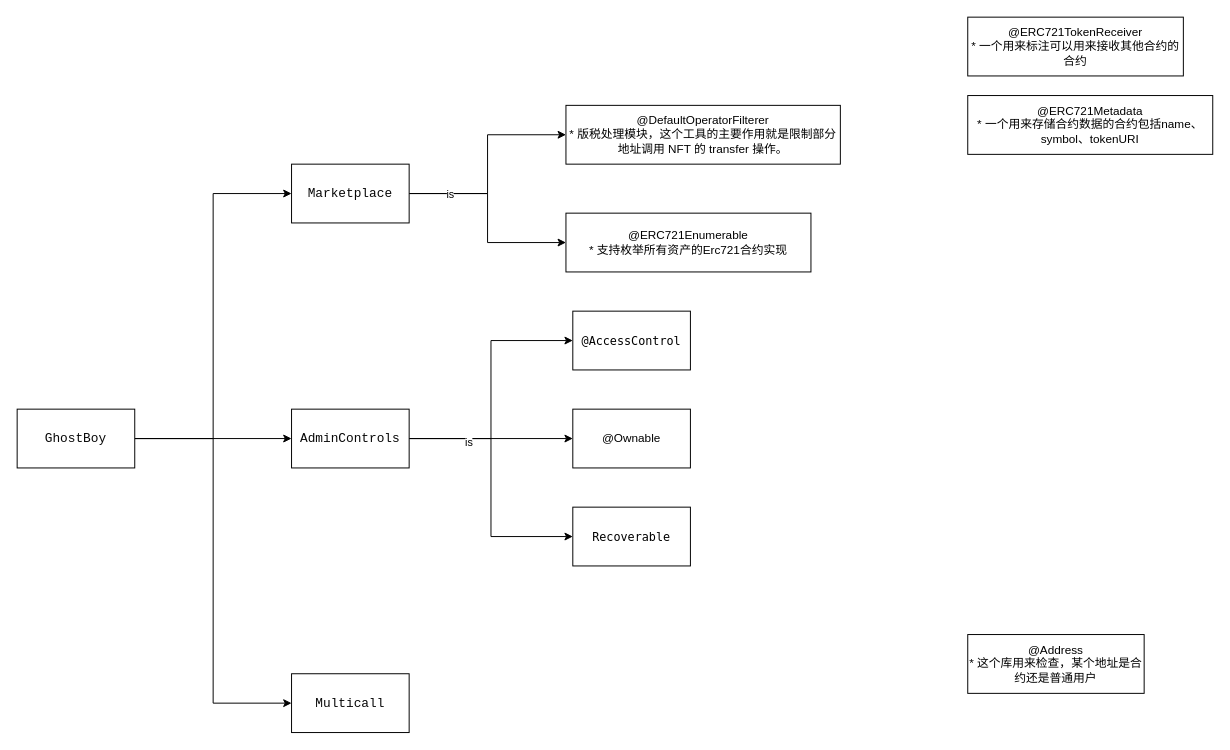
linhai0212/uml-idea keeps this draw.io diagram as PuzzleVault.drawio. Above is the earlier version. Source tidied: cells renumbered, new cells numbered last; positions are measured from the earlier drawing's top-left corner, leaving out a move shared by most shapes. Both pictures are drawn from the tidied source at 98%, with x=0, y=0 at pixel (17, 17).
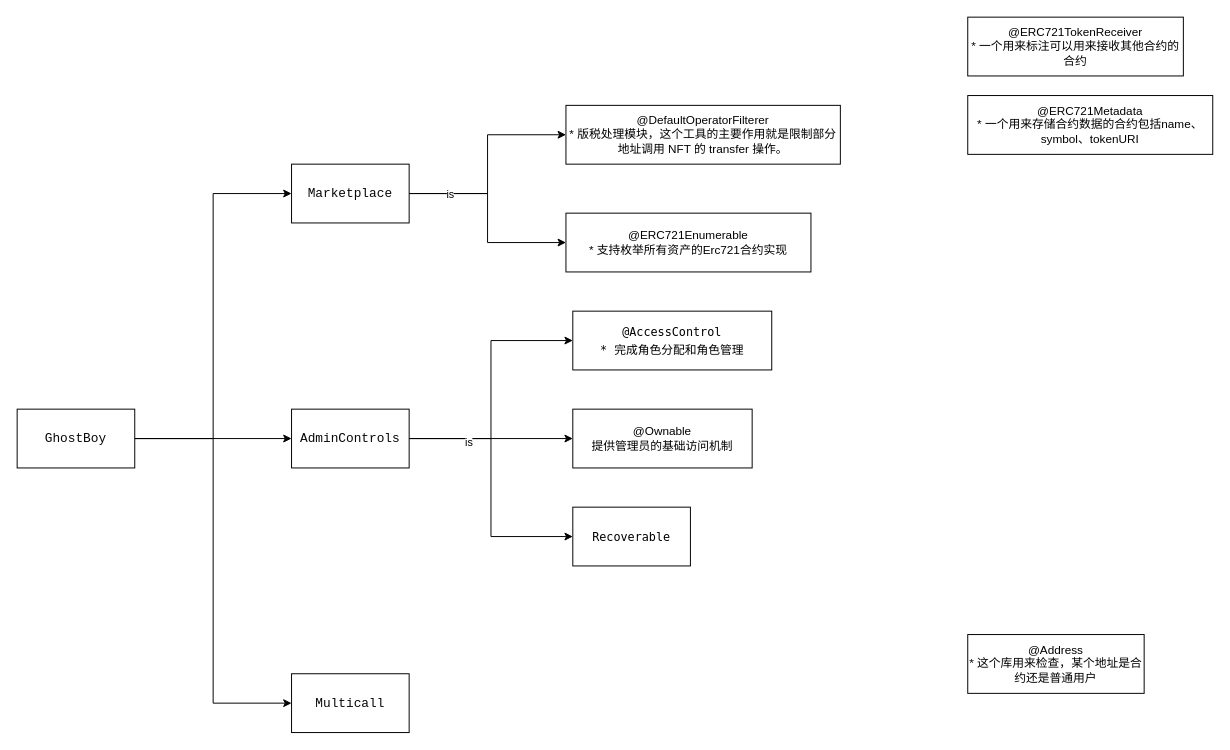
The same page after the edit.

Diff of the diagram source:
```diff
@@
-    <mxCell id="22" value="&lt;div style=&quot;background-color: rgb(255, 255, 255); font-family: Menlo, Monaco, &amp;quot;Courier New&amp;quot;, monospace; line-height: 18px;&quot;&gt;@AccessControl&lt;/div&gt;" style="rounded=0;whiteSpace=wrap;html=1;" parent="1" vertex="1">
-      <mxGeometry x="567" y="300" width="120" height="60" as="geometry" />
+    <mxCell id="22" value="&lt;div style=&quot;background-color: rgb(255, 255, 255); font-family: Menlo, Monaco, &amp;quot;Courier New&amp;quot;, monospace; line-height: 18px;&quot;&gt;@AccessControl&lt;/div&gt;&lt;div style=&quot;background-color: rgb(255, 255, 255); font-family: Menlo, Monaco, &amp;quot;Courier New&amp;quot;, monospace; line-height: 18px;&quot;&gt;* 完成角色分配和角色管理&lt;/div&gt;" style="rounded=0;whiteSpace=wrap;html=1;" parent="1" vertex="1">
+      <mxGeometry x="567" y="300" width="203" height="60" as="geometry" />
     </mxCell>
-    <mxCell id="23" value="@Ownable" style="rounded=0;whiteSpace=wrap;html=1;" parent="1" vertex="1">
-      <mxGeometry x="567" y="400" width="120" height="60" as="geometry" />
+    <mxCell id="23" value="@Ownable&lt;br&gt;提供管理员的基础访问机制" style="rounded=0;whiteSpace=wrap;html=1;" parent="1" vertex="1">
+      <mxGeometry x="567" y="400" width="183" height="60" as="geometry" />
     </mxCell>
```
